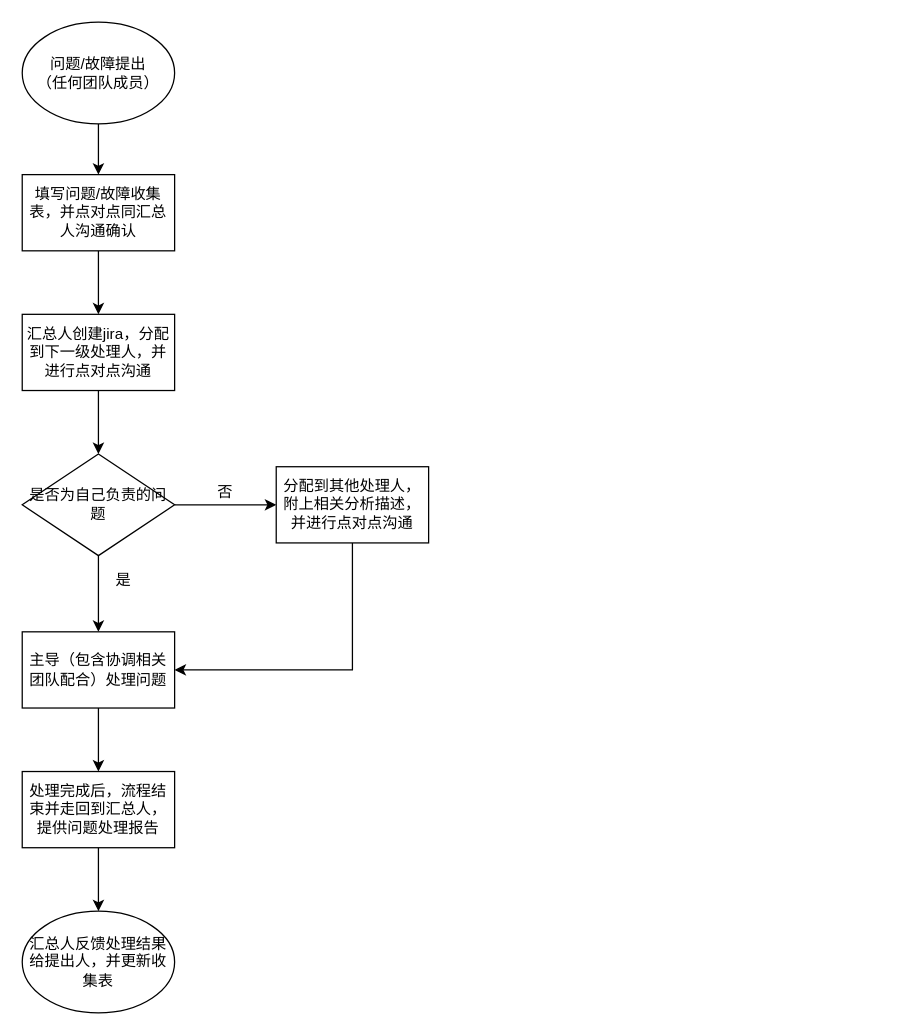
Before: 问题/故障跟踪处理流程图.drawio in DcBunny/experience-summary, a draw.io diagram. Source tidied: cells renumbered, new cells numbered last; positions are measured from the earlier drawing's top-left corner, leaving out a move shared by most shapes. Both pictures are drawn from the tidied source at 127%, with x=0, y=0 at pixel (22, 22).
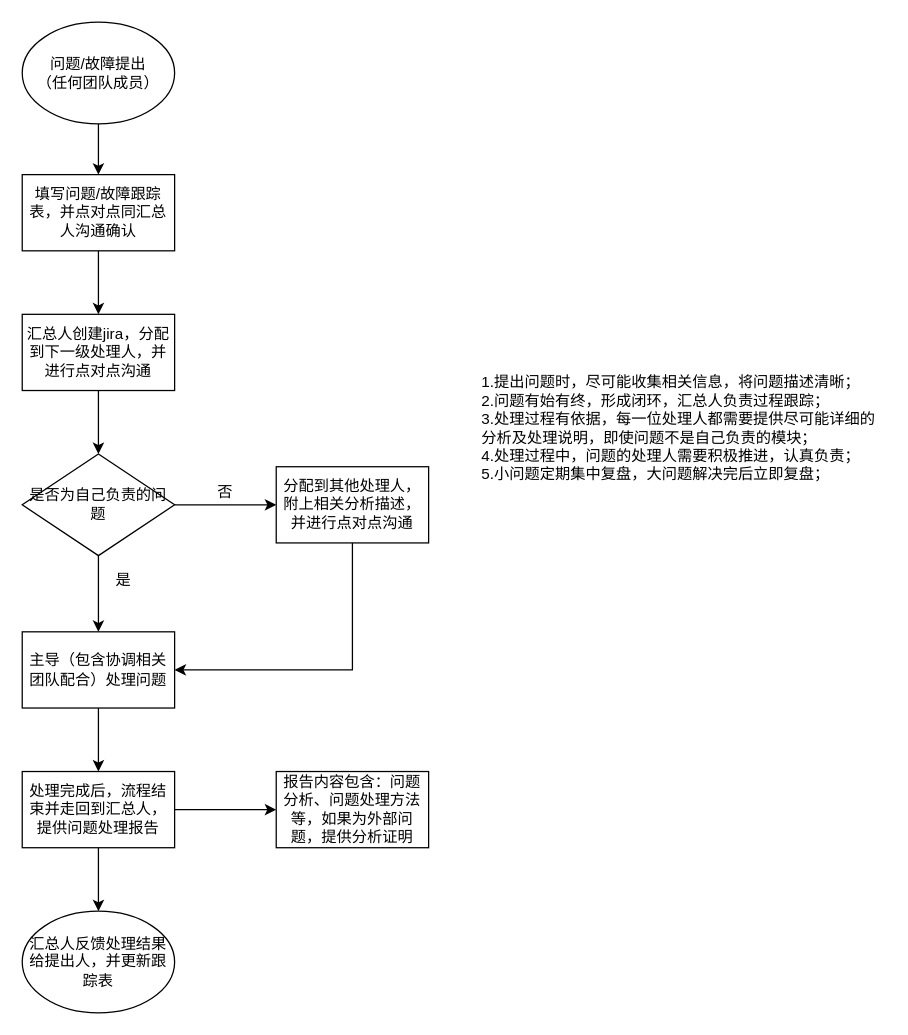
The same diagram, later.

Commit message (it also covers changes not shown here):
Update 故障跟踪处理流程图.drawio

The change refers to these unchanged cells:
```xml
<mxCell id="17" value="处理完成后，流程结束并走回到汇总人，提供问题处理报告" style="rounded=0;whiteSpace=wrap;html=1;" parent="1" vertex="1">
  <mxGeometry y="590" width="120" height="60" as="geometry" />
</mxCell>
```

Diff of the diagram source:
```diff
@@
-    <mxCell id="5" value="填写问题/故障收集表，并点对点同汇总人沟通确认" style="rounded=0;whiteSpace=wrap;html=1;" parent="1" vertex="1">
+    <mxCell id="5" value="填写问题/故障跟踪表，并点对点同汇总人沟通确认" style="rounded=0;whiteSpace=wrap;html=1;" parent="1" vertex="1">
       <mxGeometry y="120" width="120" height="60" as="geometry" />
     </mxCell>
@@
+    <mxCell id="20" style="edgeStyle=orthogonalEdgeStyle;rounded=0;jettySize=auto;html=1;exitX=1;exitY=0.5;exitDx=0;exitDy=0;entryX=0;entryY=0.5;entryDx=0;entryDy=0;" parent="1" edge="1" source="17" target="21">
+      <mxGeometry relative="1" as="geometry" />
+    </mxCell>
@@
-    <mxCell id="19" value="汇总人反馈处理结果给提出人，并更新收集表" style="ellipse;whiteSpace=wrap;html=1;" parent="1" vertex="1">
+    <mxCell id="19" value="汇总人反馈处理结果给提出人，并更新跟踪表" style="ellipse;whiteSpace=wrap;html=1;" parent="1" vertex="1">
       <mxGeometry y="700" width="120" height="80" as="geometry" />
     </mxCell>
+    <mxCell id="21" value="报告内容包含：问题分析、问题处理方法等，如果为外部问题，提供分析证明" style="rounded=0;whiteSpace=wrap;html=1;" parent="1" vertex="1">
+      <mxGeometry x="200" y="590" width="120" height="60" as="geometry" />
+    </mxCell>
+    <mxCell id="22" value="1.提出问题时，尽可能收集相关信息，将问题描述清晰；&lt;br&gt;2.问题有始有终，形成闭环，汇总人负责过程跟踪；&lt;br&gt;3.处理过程有依据，每一位处理人都需要提供尽可能详细的分析及处理说明，即使问题不是自己负责的模块；&lt;br&gt;4.处理过程中，问题的处理人需要积极推进，认真负责；&lt;br&gt;5.小问题定期集中复盘，大问题解决完后立即复盘；" style="text;html=1;strokeColor=none;fillColor=none;align=left;verticalAlign=middle;whiteSpace=wrap;rounded=0;" parent="1" vertex="1">
+      <mxGeometry x="360" y="150" width="320" height="340" as="geometry" />
+    </mxCell>
```
